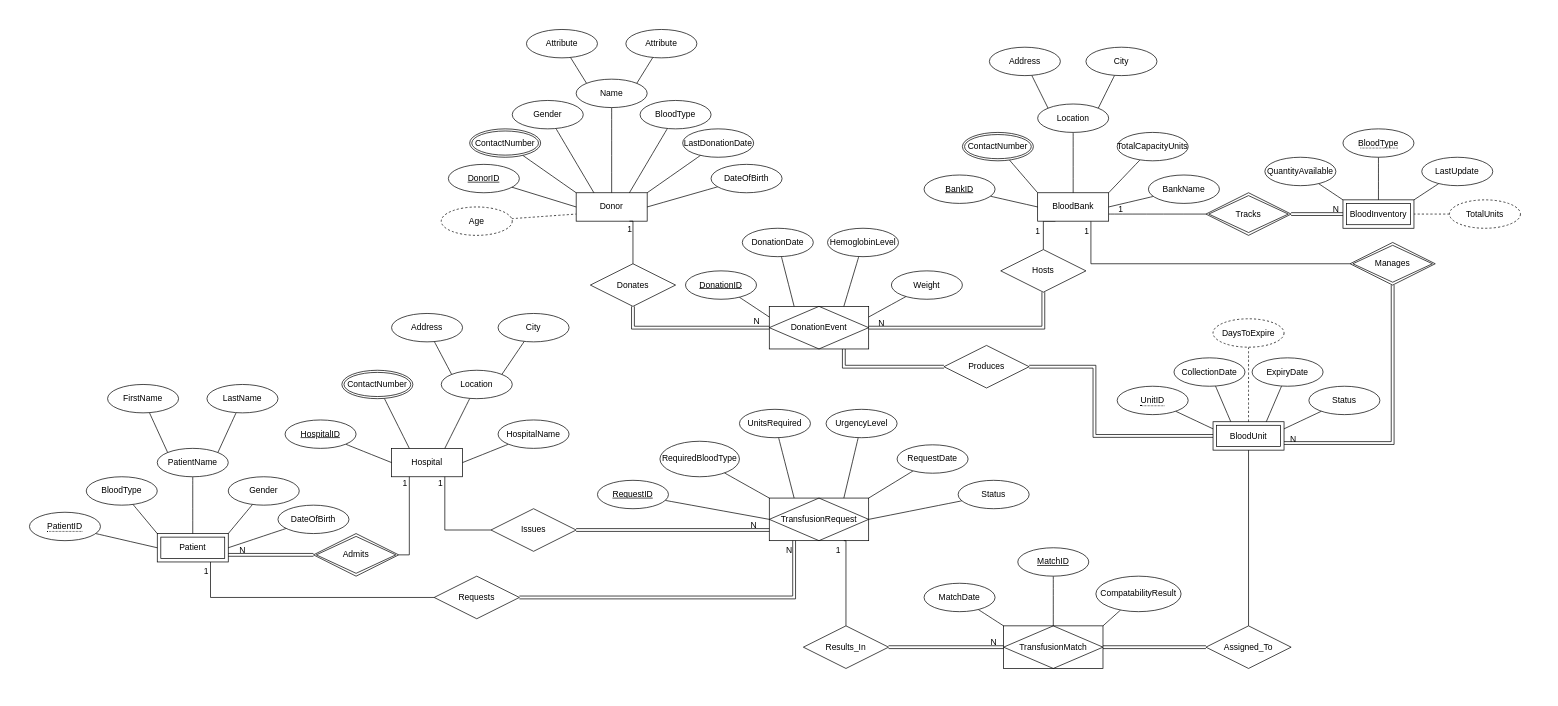
Earlier version of the draw.io diagram ER-Diagram.drawio (AbdoTarekH1/Blood-Donation-Transfusion-Database-System). Source tidied: cells renumbered, new cells numbered last; positions are measured from the earlier drawing's top-left corner, leaving out a move shared by most shapes. Both pictures are drawn from the tidied source at 71%, with x=0, y=0 at pixel (29, 29).
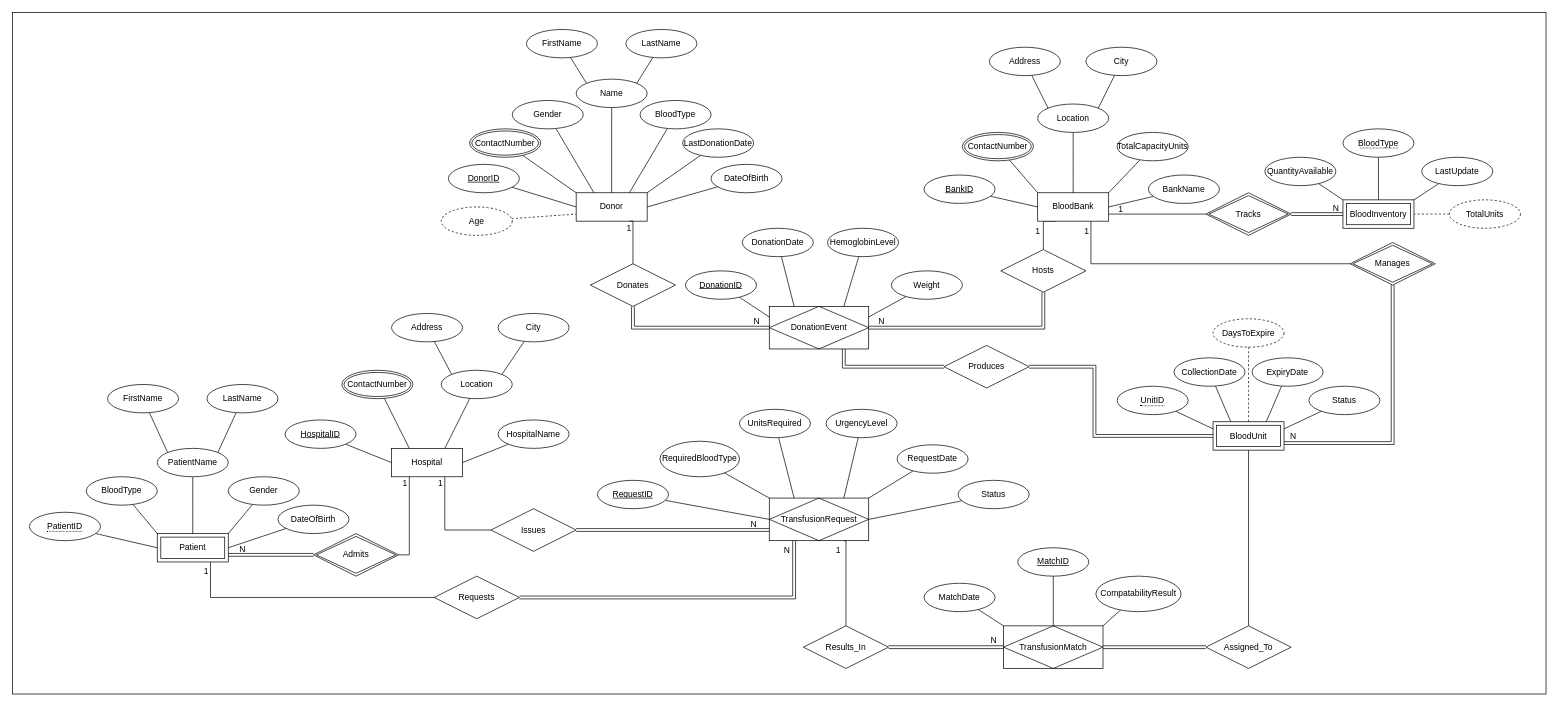
The same page after the edit.

Commit message:
Modify ER diagram structure and attributes

Updated the ER diagram to reflect changes in attributes and layout.

Unchanged cells that the change refers to:
```xml
<mxCell id="117" style="endArrow=none;html=1;rounded=0;fontSize=12;startSize=8;endSize=8;exitX=0.5;exitY=0;exitDx=0;exitDy=0;edgeStyle=orthogonalEdgeStyle;entryX=0.75;entryY=1;entryDx=0;entryDy=0;" parent="1" edge="1" source="114" target="3">
  <mxGeometry relative="1" as="geometry">
    <Array as="points">
      <mxPoint x="850" y="270" />
    </Array>
  </mxGeometry>
</mxCell>
<mxCell id="119" style="endArrow=none;html=1;rounded=0;fontSize=12;entryX=0;entryY=0.5;entryDx=0;entryDy=0;exitX=0.5;exitY=1;exitDx=0;exitDy=0;edgeStyle=orthogonalEdgeStyle;shape=link;" parent="1" edge="1" source="114" target="14">
  <mxGeometry relative="1" as="geometry" />
</mxCell>
```

Diff of the diagram source:
```diff
@@
+    <mxCell id="162" style="rounded=0;whiteSpace=wrap;html=1;" parent="1" vertex="1">
+      <mxGeometry x="-24" y="-24" width="2160" height="960" as="geometry" />
+    </mxCell>
@@
-    <mxCell id="31" value="Attribute" style="ellipse;whiteSpace=wrap;html=1;align=center;" parent="1" vertex="1">
+    <mxCell id="31" value="LastName" style="ellipse;whiteSpace=wrap;html=1;align=center;" parent="1" vertex="1">
       <mxGeometry x="840" width="100" height="40" as="geometry" />
     </mxCell>
@@
-    <mxCell id="33" value="Attribute" style="ellipse;whiteSpace=wrap;html=1;align=center;" parent="1" vertex="1">
+    <mxCell id="33" value="FirstName" style="ellipse;whiteSpace=wrap;html=1;align=center;" parent="1" vertex="1">
       <mxGeometry x="700" width="100" height="40" as="geometry" />
     </mxCell>
@@
     <mxCell id="118" value="1" style="html=1;whiteSpace=wrap;align=right;verticalAlign=bottom;" parent="117" vertex="1">
       <mxGeometry x="1" relative="1" as="geometry">
-        <mxPoint x="5" y="20" as="offset" />
+        <mxPoint x="4" y="19" as="offset" />
       </mxGeometry>
     </mxCell>
@@
     <mxCell id="120" value="N" style="html=1;whiteSpace=wrap;align=right;verticalAlign=bottom;" parent="119" vertex="1">
       <mxGeometry x="1" relative="1" as="geometry">
-        <mxPoint x="-12" as="offset" />
+        <mxPoint x="-12" y="-1" as="offset" />
       </mxGeometry>
     </mxCell>
@@
     <mxCell id="122" value="N" style="text;strokeColor=none;fillColor=none;spacingLeft=4;spacingRight=4;overflow=hidden;fontSize=12;whiteSpace=wrap;html=1;" parent="1" vertex="1">
-      <mxGeometry x="1190" y="400" width="40" height="30" as="geometry" />
+      <mxGeometry x="1190" y="397" width="40" height="30" as="geometry" />
     </mxCell>
@@
     <mxCell id="126" value="N" style="text;strokeColor=none;fillColor=none;spacingLeft=4;spacingRight=4;overflow=hidden;fontSize=12;whiteSpace=wrap;html=1;" parent="1" vertex="1">
-      <mxGeometry x="1770" y="562.5" width="20" height="30" as="geometry" />
+      <mxGeometry x="1770" y="560" width="20" height="30" as="geometry" />
     </mxCell>
@@
     <mxCell id="129" value="N" style="text;strokeColor=none;fillColor=none;spacingLeft=4;spacingRight=4;overflow=hidden;fontSize=12;whiteSpace=wrap;html=1;" parent="1" vertex="1">
-      <mxGeometry x="1830" y="240" width="20" height="20" as="geometry" />
+      <mxGeometry x="1830" y="238" width="20" height="20" as="geometry" />
     </mxCell>
@@
     <mxCell id="133" value="N" style="text;strokeColor=none;fillColor=none;spacingLeft=4;spacingRight=4;overflow=hidden;fontSize=12;whiteSpace=wrap;html=1;" parent="1" vertex="1">
-      <mxGeometry x="290" y="720" width="20" height="30" as="geometry" />
+      <mxGeometry x="290" y="718" width="20" height="30" as="geometry" />
     </mxCell>
@@
     <mxCell id="137" value="N" style="text;strokeColor=none;fillColor=none;spacingLeft=4;spacingRight=4;overflow=hidden;fontSize=12;whiteSpace=wrap;html=1;" parent="1" vertex="1">
-      <mxGeometry x="1060" y="720" width="20" height="30" as="geometry" />
+      <mxGeometry x="1057" y="720" width="20" height="30" as="geometry" />
     </mxCell>
@@
     <mxCell id="142" value="N" style="text;strokeColor=none;fillColor=none;spacingLeft=4;spacingRight=4;overflow=hidden;fontSize=12;whiteSpace=wrap;html=1;" parent="1" vertex="1">
-      <mxGeometry x="1010" y="685" width="20" height="30" as="geometry" />
+      <mxGeometry x="1010" y="683" width="20" height="30" as="geometry" />
     </mxCell>
@@
     <mxCell id="147" value="N" style="text;strokeColor=none;fillColor=none;spacingLeft=4;spacingRight=4;overflow=hidden;fontSize=12;whiteSpace=wrap;html=1;" parent="1" vertex="1">
-      <mxGeometry x="1348" y="850" width="20" height="30" as="geometry" />
+      <mxGeometry x="1348" y="847" width="20" height="30" as="geometry" />
     </mxCell>
```
